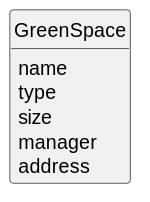
The PlantUML diagram docs/sprintC/us020/02.analysis/svg/us020-domain-model.svg in ricardomm7/leaflink, before a commit.
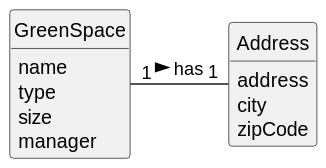
After the commit.

The edit, as a diff of the source:
```diff
@@ -15,6 +15,14 @@
 type
 size
 manager
+
+}
+
+class Address {
 address
+city
+zipCode
 }
+
+GreenSpace"1" -"1" Address : > has
 @enduml
```
